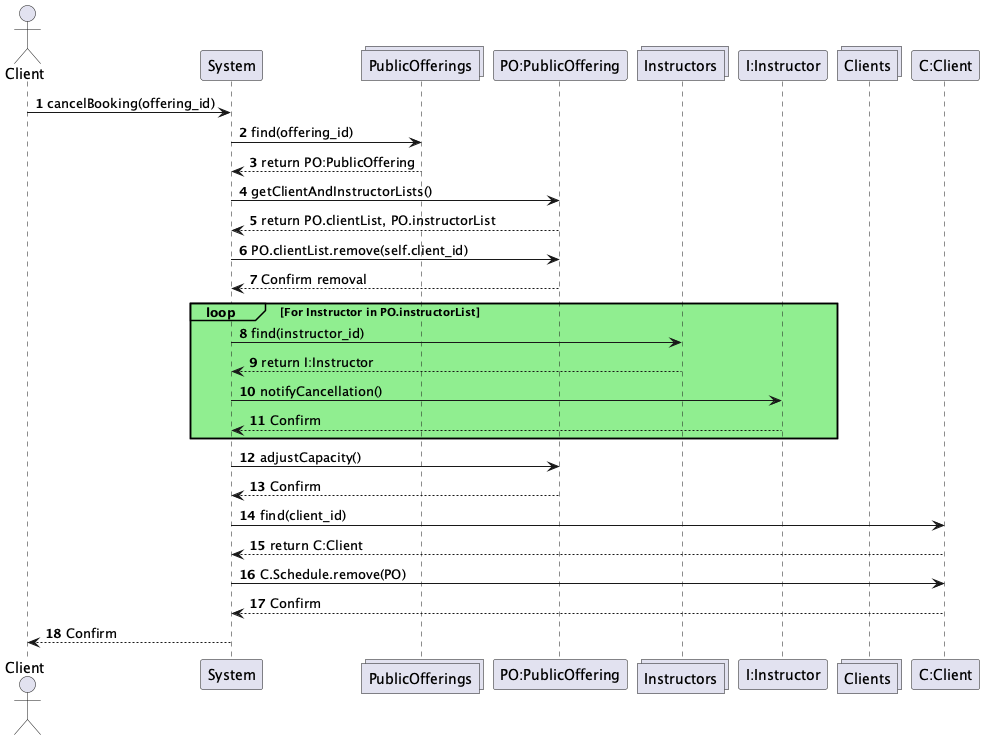
vibqetowi/soen-342-project keeps this PlantUML diagram as UML-Diagrams/Interaction/Client/Client-Interactions_003.png. Above is the earlier version.
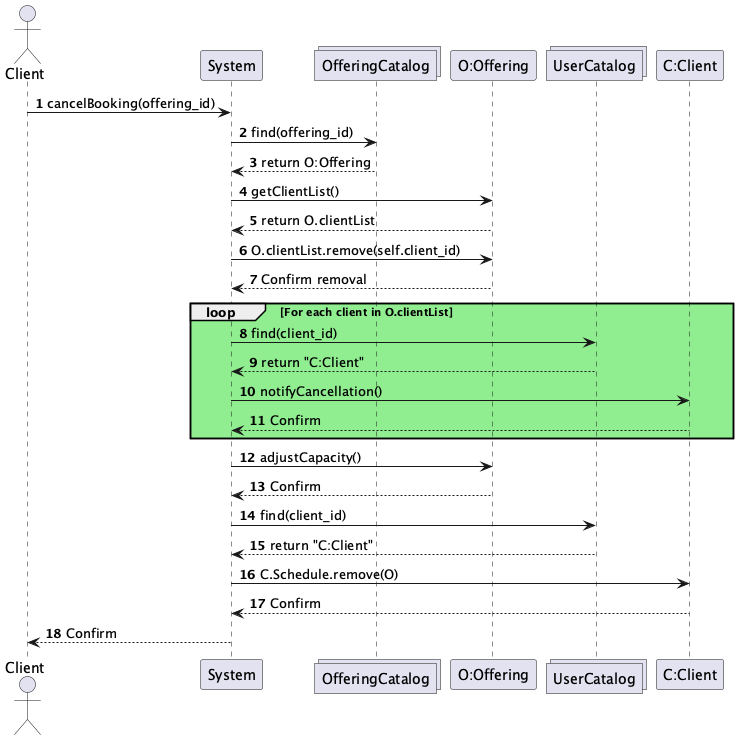
After the change.

Change to the diagram source:
```diff
@@ -1,40 +1,37 @@
 @startuml
 actor Client
 participant System
-collections PublicOfferings
-participant "PO:PublicOffering"
-collections Instructors
-participant "I:Instructor"
-collections Clients
+collections OfferingCatalog
+participant "O:Offering"
+collections UserCatalog
 participant "C:Client"
 
 autonumber
 
 Client -> System : cancelBooking(offering_id)
 
-System -> PublicOfferings : find(offering_id)
-PublicOfferings --> System : return PO:PublicOffering
+System -> OfferingCatalog : find(offering_id)
+OfferingCatalog --> System : return O:Offering
 
-System -> "PO:PublicOffering" : getClientAndInstructorLists()
-"PO:PublicOffering" --> System : return PO.clientList, PO.instructorList
+System -> "O:Offering" : getClientList()
+"O:Offering" --> System : return O.clientList
 
-System -> "PO:PublicOffering" : PO.clientList.remove(self.client_id)
-"PO:PublicOffering" --> System : Confirm removal
+System -> "O:Offering" : O.clientList.remove(self.client_id)
+"O:Offering" --> System : Confirm removal
 
-    loop#LightGreen #LightGreen For Instructor in PO.instructorList
-        System -> Instructors : find(instructor_id)
-        Instructors --> System : return I:Instructor
-        System -> "I:Instructor" : notifyCancellation()
-        "I:Instructor" --> System : Confirm
-    end
+loop #LightGreen For each client in O.clientList
+    System -> UserCatalog : find(client_id)
+    UserCatalog --> System : return "C:Client"
+    System -> "C:Client" : notifyCancellation()
+    "C:Client" --> System : Confirm
+end
 
+System -> "O:Offering" : adjustCapacity()
+"O:Offering" --> System : Confirm
 
-System -> "PO:PublicOffering" : adjustCapacity()
-"PO:PublicOffering" --> System : Confirm
-
-System -> "C:Client" : find(client_id)
-"C:Client" --> System : return C:Client
-System -> "C:Client" : C.Schedule.remove(PO)
+System -> UserCatalog : find(client_id)
+UserCatalog --> System : return "C:Client"
+System -> "C:Client" : C.Schedule.remove(O)
 "C:Client" --> System : Confirm
 
 System --> Client : Confirm
```
